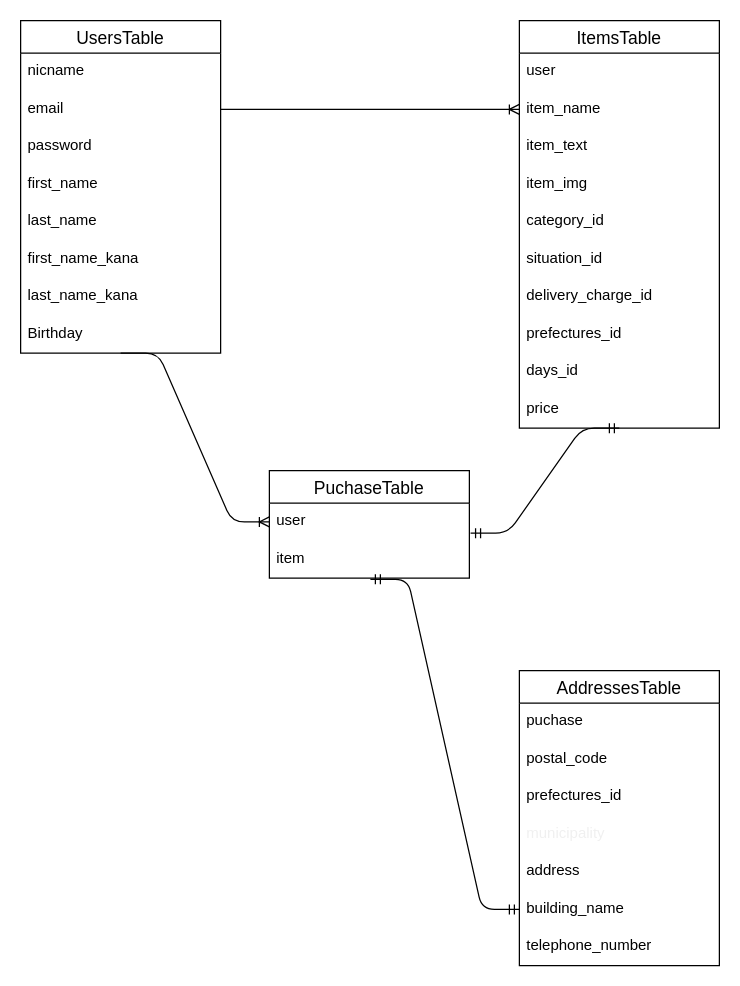
Earlier version of the draw.io diagram er.dio (kuriyama585/furima-37379). Source tidied: cells renumbered, new cells numbered last; positions are measured from the earlier drawing's top-left corner, leaving out a move shared by most shapes. Both pictures are drawn from the tidied source at 125%, with x=0, y=0 at pixel (20, 20).
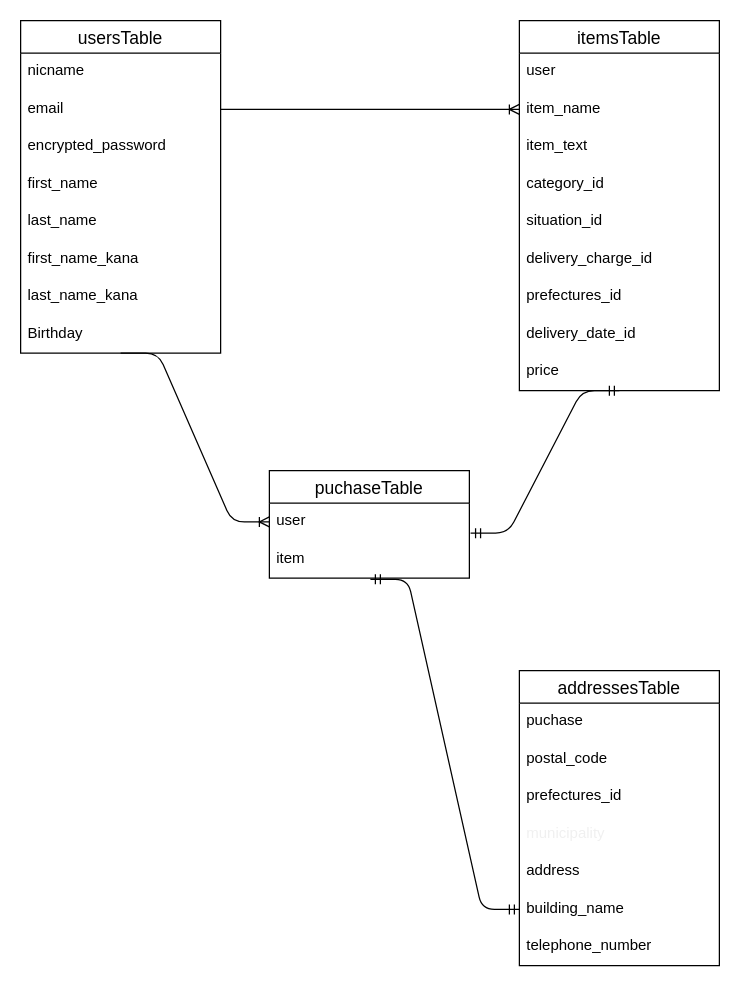
The same diagram, later.

The edit, as a diff of the source:
```diff
@@
-    <mxCell id="5" value="UsersTable" style="swimlane;fontStyle=0;horizontal=1;startSize=26;align=center;fontSize=14;" parent="1" vertex="1">
+    <mxCell id="5" value="usersTable" style="swimlane;fontStyle=0;horizontal=1;startSize=26;align=center;fontSize=14;" parent="1" vertex="1">
       <mxGeometry width="160" height="266" as="geometry" />
     </mxCell>
@@
-    <mxCell id="8" value="password" style="text;strokeColor=none;fillColor=none;spacingLeft=4;spacingRight=4;overflow=hidden;fontSize=12;" parent="5" vertex="1">
+    <mxCell id="8" value="encrypted_password" style="text;strokeColor=none;fillColor=none;spacingLeft=4;spacingRight=4;overflow=hidden;fontSize=12;" parent="5" vertex="1">
       <mxGeometry y="86" width="160" height="30" as="geometry" />
     </mxCell>
@@
-    <mxCell id="14" value="ItemsTable" style="swimlane;fontStyle=0;horizontal=1;startSize=26;align=center;fontSize=14;" parent="1" vertex="1">
-      <mxGeometry x="399" width="160" height="326" as="geometry" />
+    <mxCell id="14" value="itemsTable" style="swimlane;fontStyle=0;horizontal=1;startSize=26;align=center;fontSize=14;" parent="1" vertex="1">
+      <mxGeometry x="399" width="160" height="296" as="geometry" />
     </mxCell>
@@
-    <mxCell id="18" value="item_img" style="text;strokeColor=none;fillColor=none;spacingLeft=4;spacingRight=4;overflow=hidden;fontSize=12;" parent="14" vertex="1">
-      <mxGeometry y="116" width="160" height="30" as="geometry" />
-    </mxCell>
     <mxCell id="19" value="category_id" style="text;strokeColor=none;fillColor=none;spacingLeft=4;spacingRight=4;overflow=hidden;fontSize=12;" parent="14" vertex="1">
-      <mxGeometry y="146" width="160" height="30" as="geometry" />
+      <mxGeometry y="116" width="160" height="30" as="geometry" />
     </mxCell>
     <mxCell id="20" value="situation_id" style="text;strokeColor=none;fillColor=none;spacingLeft=4;spacingRight=4;overflow=hidden;fontSize=12;" parent="14" vertex="1">
-      <mxGeometry y="176" width="160" height="30" as="geometry" />
+      <mxGeometry y="146" width="160" height="30" as="geometry" />
     </mxCell>
     <mxCell id="21" value="delivery_charge_id" style="text;strokeColor=none;fillColor=none;spacingLeft=4;spacingRight=4;overflow=hidden;fontSize=12;" parent="14" vertex="1">
-      <mxGeometry y="206" width="160" height="30" as="geometry" />
+      <mxGeometry y="176" width="160" height="30" as="geometry" />
     </mxCell>
     <mxCell id="22" value="prefectures_id" style="text;strokeColor=none;fillColor=none;spacingLeft=4;spacingRight=4;overflow=hidden;fontSize=12;" parent="14" vertex="1">
-      <mxGeometry y="236" width="160" height="30" as="geometry" />
+      <mxGeometry y="206" width="160" height="30" as="geometry" />
     </mxCell>
-    <mxCell id="23" value="days_id" style="text;strokeColor=none;fillColor=none;spacingLeft=4;spacingRight=4;overflow=hidden;fontSize=12;" parent="14" vertex="1">
-      <mxGeometry y="266" width="160" height="30" as="geometry" />
+    <mxCell id="23" value="delivery_date_id" style="text;strokeColor=none;fillColor=none;spacingLeft=4;spacingRight=4;overflow=hidden;fontSize=12;" parent="14" vertex="1">
+      <mxGeometry y="236" width="160" height="30" as="geometry" />
     </mxCell>
     <mxCell id="24" value="price" style="text;strokeColor=none;fillColor=none;spacingLeft=4;spacingRight=4;overflow=hidden;fontSize=12;" parent="14" vertex="1">
-      <mxGeometry y="296" width="160" height="30" as="geometry" />
+      <mxGeometry y="266" width="160" height="30" as="geometry" />
     </mxCell>
-    <mxCell id="25" value="PuchaseTable" style="swimlane;fontStyle=0;horizontal=1;startSize=26;align=center;fontSize=14;" parent="1" vertex="1">
+    <mxCell id="25" value="puchaseTable" style="swimlane;fontStyle=0;horizontal=1;startSize=26;align=center;fontSize=14;" parent="1" vertex="1">
       <mxGeometry x="199" y="360" width="160" height="86" as="geometry" />
     </mxCell>
@@
-    <mxCell id="28" value="AddressesTable" style="swimlane;fontStyle=0;horizontal=1;startSize=26;align=center;fontSize=14;" parent="1" vertex="1">
+    <mxCell id="28" value="addressesTable" style="swimlane;fontStyle=0;horizontal=1;startSize=26;align=center;fontSize=14;" parent="1" vertex="1">
       <mxGeometry x="399" y="520" width="160" height="236" as="geometry" />
     </mxCell>
```
